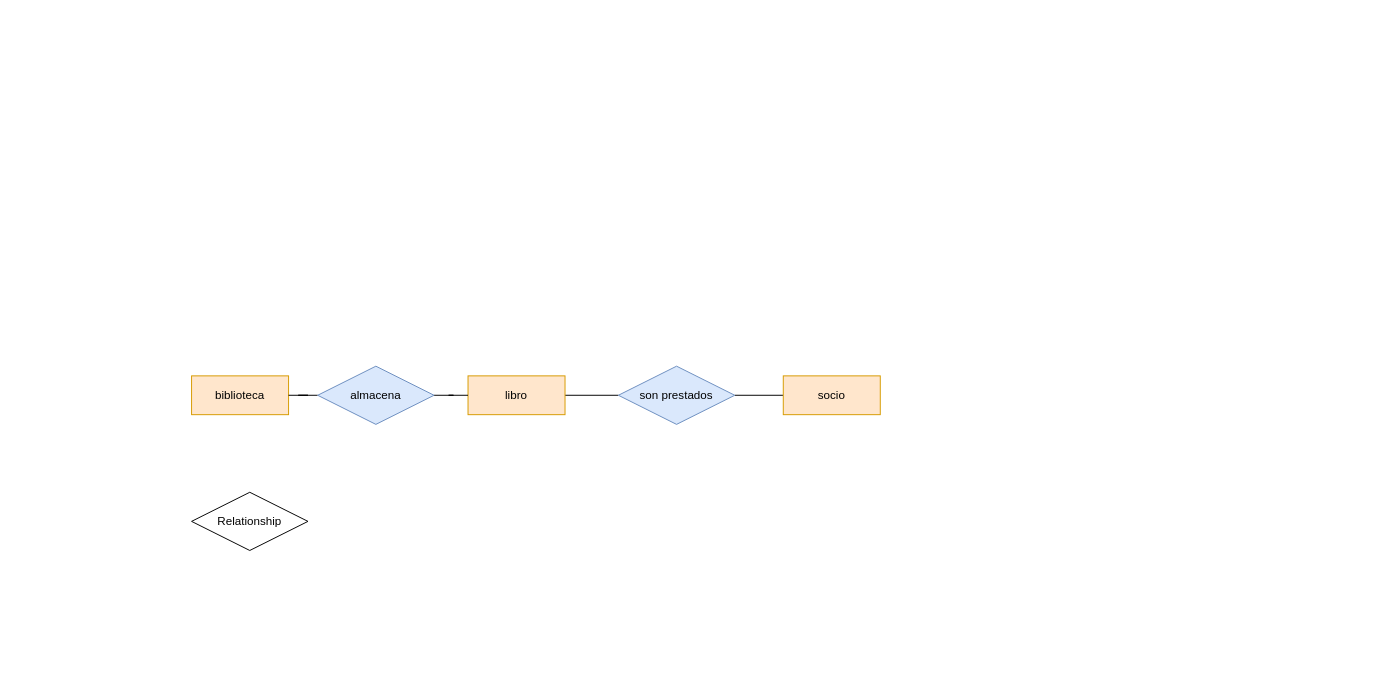
Before: Tarea7_BAE.drawio in GRMiguelAngel/Base-Datos, a draw.io diagram. Source tidied: cells renumbered, new cells numbered last; positions are measured from the earlier drawing's top-left corner, leaving out a move shared by most shapes. Both pictures are drawn from the tidied source at 97%, with x=0, y=0 at pixel (191, 366).
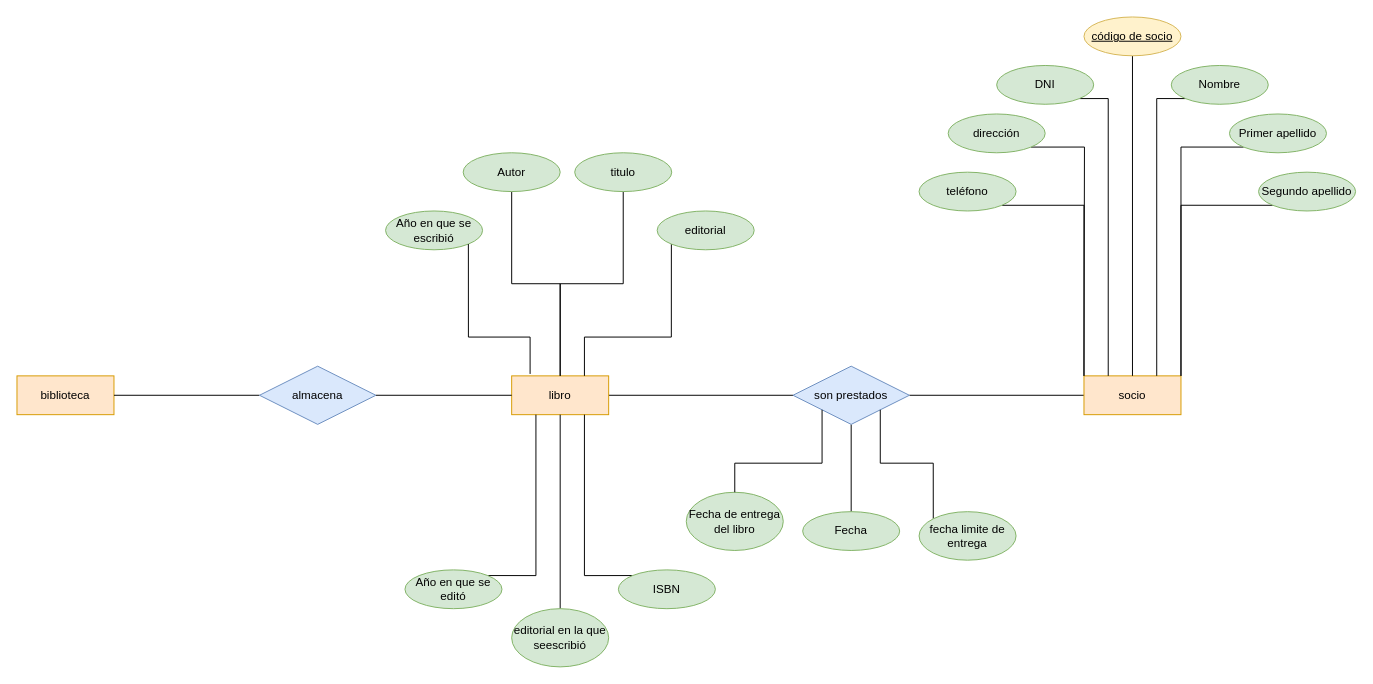
The same page after the edit.

What changed in the source:
```diff
@@
     <mxCell id="2" value="biblioteca" style="whiteSpace=wrap;html=1;align=center;fillColor=#ffe6cc;strokeColor=#d79b00;" parent="1" vertex="1">
-      <mxGeometry y="10" width="100" height="40" as="geometry" />
+      <mxGeometry x="-180" y="10" width="100" height="40" as="geometry" />
     </mxCell>
@@
     <mxCell id="4" value="libro" style="whiteSpace=wrap;html=1;align=center;fillColor=#ffe6cc;strokeColor=#d79b00;" parent="1" vertex="1">
-      <mxGeometry x="285" y="10" width="100" height="40" as="geometry" />
+      <mxGeometry x="330" y="10" width="100" height="40" as="geometry" />
     </mxCell>
@@
     <mxCell id="6" value="socio" style="whiteSpace=wrap;html=1;align=center;fillColor=#ffe6cc;strokeColor=#d79b00;" parent="1" vertex="1">
-      <mxGeometry x="610" y="10" width="100" height="40" as="geometry" />
+      <mxGeometry x="920" y="10" width="100" height="40" as="geometry" />
     </mxCell>
-    <mxCell id="7" value="Relationship" style="shape=rhombus;perimeter=rhombusPerimeter;whiteSpace=wrap;html=1;align=center;" parent="1" vertex="1">
-      <mxGeometry y="130" width="120" height="60" as="geometry" />
-    </mxCell>
@@
     <mxCell id="10" value="almacena" style="shape=rhombus;perimeter=rhombusPerimeter;whiteSpace=wrap;html=1;align=center;fillColor=#dae8fc;strokeColor=#6c8ebf;" parent="1" vertex="1">
-      <mxGeometry x="130" width="120" height="60" as="geometry" />
+      <mxGeometry x="70" width="120" height="60" as="geometry" />
     </mxCell>
+    <mxCell id="12" style="edgeStyle=orthogonalEdgeStyle;rounded=0;jettySize=auto;html=1;endArrow=none;endFill=0;" parent="1" edge="1" source="11" target="41">
+      <mxGeometry relative="1" as="geometry" />
+    </mxCell>
     <mxCell id="11" value="son prestados" style="shape=rhombus;perimeter=rhombusPerimeter;whiteSpace=wrap;html=1;align=center;fillColor=#dae8fc;strokeColor=#6c8ebf;" parent="1" vertex="1">
-      <mxGeometry x="440" width="120" height="60" as="geometry" />
+      <mxGeometry x="620" width="120" height="60" as="geometry" />
     </mxCell>
+    <mxCell id="13" style="edgeStyle=orthogonalEdgeStyle;rounded=0;jettySize=auto;html=1;entryX=0.5;entryY=0;entryDx=0;entryDy=0;endArrow=none;endFill=0;" parent="1" edge="1" source="14" target="6">
+      <mxGeometry relative="1" as="geometry" />
+    </mxCell>
+    <mxCell id="14" value="código de socio" style="ellipse;whiteSpace=wrap;html=1;align=center;fontStyle=4;fillColor=#fff2cc;strokeColor=#d6b656;" parent="1" vertex="1">
+      <mxGeometry x="920" y="-360" width="100" height="40" as="geometry" />
+    </mxCell>
+    <mxCell id="15" style="edgeStyle=orthogonalEdgeStyle;rounded=0;jettySize=auto;html=1;exitX=0;exitY=1;exitDx=0;exitDy=0;entryX=0.75;entryY=0;entryDx=0;entryDy=0;endArrow=none;endFill=0;" parent="1" edge="1" source="16" target="6">
+      <mxGeometry relative="1" as="geometry">
+        <Array as="points">
+          <mxPoint x="995" y="-276" />
+        </Array>
+      </mxGeometry>
+    </mxCell>
+    <mxCell id="16" value="Nombre" style="ellipse;whiteSpace=wrap;html=1;align=center;fillColor=#d5e8d4;strokeColor=#82b366;" parent="1" vertex="1">
+      <mxGeometry x="1010" y="-310" width="100" height="40" as="geometry" />
+    </mxCell>
+    <mxCell id="17" style="edgeStyle=orthogonalEdgeStyle;rounded=0;jettySize=auto;html=1;exitX=0;exitY=1;exitDx=0;exitDy=0;entryX=1;entryY=0;entryDx=0;entryDy=0;endArrow=none;endFill=0;" parent="1" edge="1" source="18" target="6">
+      <mxGeometry relative="1" as="geometry" />
+    </mxCell>
+    <mxCell id="18" value="Primer apellido" style="ellipse;whiteSpace=wrap;html=1;align=center;fillColor=#d5e8d4;strokeColor=#82b366;" parent="1" vertex="1">
+      <mxGeometry x="1070" y="-260" width="100" height="40" as="geometry" />
+    </mxCell>
+    <mxCell id="19" style="edgeStyle=orthogonalEdgeStyle;rounded=0;jettySize=auto;html=1;exitX=0;exitY=1;exitDx=0;exitDy=0;entryX=1;entryY=0;entryDx=0;entryDy=0;endArrow=none;endFill=0;" parent="1" edge="1" source="20" target="6">
+      <mxGeometry relative="1" as="geometry" />
+    </mxCell>
+    <mxCell id="20" value="Segundo apellido" style="ellipse;whiteSpace=wrap;html=1;align=center;fillColor=#d5e8d4;strokeColor=#82b366;" parent="1" vertex="1">
+      <mxGeometry x="1100" y="-200" width="100" height="40" as="geometry" />
+    </mxCell>
+    <mxCell id="21" style="edgeStyle=orthogonalEdgeStyle;rounded=0;jettySize=auto;html=1;exitX=1;exitY=1;exitDx=0;exitDy=0;endArrow=none;endFill=0;" parent="1" edge="1" source="22">
+      <mxGeometry relative="1" as="geometry">
+        <mxPoint x="920" y="10" as="targetPoint" />
+      </mxGeometry>
+    </mxCell>
+    <mxCell id="22" value="dirección" style="ellipse;whiteSpace=wrap;html=1;align=center;fillColor=#d5e8d4;strokeColor=#82b366;" parent="1" vertex="1">
+      <mxGeometry x="780" y="-260" width="100" height="40" as="geometry" />
+    </mxCell>
+    <mxCell id="23" style="edgeStyle=orthogonalEdgeStyle;rounded=0;jettySize=auto;html=1;exitX=1;exitY=1;exitDx=0;exitDy=0;entryX=0;entryY=0;entryDx=0;entryDy=0;endArrow=none;endFill=0;" parent="1" edge="1" source="24" target="6">
+      <mxGeometry relative="1" as="geometry" />
+    </mxCell>
+    <mxCell id="24" value="teléfono" style="ellipse;whiteSpace=wrap;html=1;align=center;fillColor=#d5e8d4;strokeColor=#82b366;" parent="1" vertex="1">
+      <mxGeometry x="750" y="-200" width="100" height="40" as="geometry" />
+    </mxCell>
+    <mxCell id="25" style="edgeStyle=orthogonalEdgeStyle;rounded=0;jettySize=auto;html=1;exitX=1;exitY=1;exitDx=0;exitDy=0;entryX=0.25;entryY=0;entryDx=0;entryDy=0;endArrow=none;endFill=0;" parent="1" edge="1" source="26" target="6">
+      <mxGeometry relative="1" as="geometry">
+        <Array as="points">
+          <mxPoint x="945" y="-276" />
+        </Array>
+      </mxGeometry>
+    </mxCell>
+    <mxCell id="26" value="DNI" style="ellipse;whiteSpace=wrap;html=1;align=center;fillColor=#d5e8d4;strokeColor=#82b366;" parent="1" vertex="1">
+      <mxGeometry x="830" y="-310" width="100" height="40" as="geometry" />
+    </mxCell>
+    <mxCell id="27" value="Año en que se escribió" style="ellipse;whiteSpace=wrap;html=1;align=center;fillColor=#d5e8d4;strokeColor=#82b366;" parent="1" vertex="1">
+      <mxGeometry x="200" y="-160" width="100" height="40" as="geometry" />
+    </mxCell>
+    <mxCell id="28" style="edgeStyle=orthogonalEdgeStyle;rounded=0;jettySize=auto;html=1;exitX=0.5;exitY=1;exitDx=0;exitDy=0;entryX=0.5;entryY=0;entryDx=0;entryDy=0;endArrow=none;endFill=0;" parent="1" edge="1" source="29" target="4">
+      <mxGeometry relative="1" as="geometry" />
+    </mxCell>
+    <mxCell id="29" value="titulo" style="ellipse;whiteSpace=wrap;html=1;align=center;fillColor=#d5e8d4;strokeColor=#82b366;" parent="1" vertex="1">
+      <mxGeometry x="395" y="-220" width="100" height="40" as="geometry" />
+    </mxCell>
+    <mxCell id="30" style="edgeStyle=orthogonalEdgeStyle;rounded=0;jettySize=auto;html=1;exitX=0;exitY=1;exitDx=0;exitDy=0;entryX=0.75;entryY=0;entryDx=0;entryDy=0;endArrow=none;endFill=0;" parent="1" edge="1" source="31" target="4">
+      <mxGeometry relative="1" as="geometry">
+        <Array as="points">
+          <mxPoint x="495" y="-30" />
+          <mxPoint x="405" y="-30" />
+        </Array>
+      </mxGeometry>
+    </mxCell>
+    <mxCell id="31" value="editorial" style="ellipse;whiteSpace=wrap;html=1;align=center;fillColor=#d5e8d4;strokeColor=#82b366;" parent="1" vertex="1">
+      <mxGeometry x="480" y="-160" width="100" height="40" as="geometry" />
+    </mxCell>
+    <mxCell id="32" style="edgeStyle=orthogonalEdgeStyle;rounded=0;jettySize=auto;html=1;exitX=0.5;exitY=1;exitDx=0;exitDy=0;endArrow=none;endFill=0;" parent="1" edge="1" source="33" target="4">
+      <mxGeometry relative="1" as="geometry" />
+    </mxCell>
+    <mxCell id="33" value="Autor" style="ellipse;whiteSpace=wrap;html=1;align=center;fillColor=#d5e8d4;strokeColor=#82b366;" parent="1" vertex="1">
+      <mxGeometry x="280" y="-220" width="100" height="40" as="geometry" />
+    </mxCell>
+    <mxCell id="34" style="edgeStyle=orthogonalEdgeStyle;rounded=0;jettySize=auto;html=1;exitX=0.5;exitY=0;exitDx=0;exitDy=0;endArrow=none;endFill=0;" parent="1" edge="1" source="35" target="4">
+      <mxGeometry relative="1" as="geometry" />
+    </mxCell>
+    <mxCell id="35" value="editorial en la que seescribió" style="ellipse;whiteSpace=wrap;html=1;align=center;fillColor=#d5e8d4;strokeColor=#82b366;" parent="1" vertex="1">
+      <mxGeometry x="330" y="250" width="100" height="60" as="geometry" />
+    </mxCell>
+    <mxCell id="36" style="edgeStyle=orthogonalEdgeStyle;rounded=0;jettySize=auto;html=1;exitX=1;exitY=0;exitDx=0;exitDy=0;entryX=0.25;entryY=1;entryDx=0;entryDy=0;endArrow=none;endFill=0;" parent="1" edge="1" source="37" target="4">
+      <mxGeometry relative="1" as="geometry" />
+    </mxCell>
+    <mxCell id="37" value="Año en que se editó" style="ellipse;whiteSpace=wrap;html=1;align=center;fillColor=#d5e8d4;strokeColor=#82b366;" parent="1" vertex="1">
+      <mxGeometry x="220" y="210" width="100" height="40" as="geometry" />
+    </mxCell>
+    <mxCell id="38" style="edgeStyle=orthogonalEdgeStyle;rounded=0;jettySize=auto;html=1;exitX=0;exitY=0;exitDx=0;exitDy=0;entryX=0.75;entryY=1;entryDx=0;entryDy=0;endArrow=none;endFill=0;" parent="1" edge="1" source="39" target="4">
+      <mxGeometry relative="1" as="geometry" />
+    </mxCell>
+    <mxCell id="39" value="ISBN" style="ellipse;whiteSpace=wrap;html=1;align=center;fillColor=#d5e8d4;strokeColor=#82b366;" parent="1" vertex="1">
+      <mxGeometry x="440" y="210" width="100" height="40" as="geometry" />
+    </mxCell>
+    <mxCell id="40" style="edgeStyle=orthogonalEdgeStyle;rounded=0;jettySize=auto;html=1;exitX=1;exitY=1;exitDx=0;exitDy=0;entryX=0.19;entryY=-0.05;entryDx=0;entryDy=0;entryPerimeter=0;endArrow=none;endFill=0;" parent="1" edge="1" source="27" target="4">
+      <mxGeometry relative="1" as="geometry">
+        <Array as="points">
+          <mxPoint x="285" y="-30" />
+          <mxPoint x="349" y="-30" />
+        </Array>
+      </mxGeometry>
+    </mxCell>
+    <mxCell id="41" value="Fecha" style="ellipse;whiteSpace=wrap;html=1;align=center;fillColor=#d5e8d4;strokeColor=#82b366;" parent="1" vertex="1">
+      <mxGeometry x="630" y="150" width="100" height="40" as="geometry" />
+    </mxCell>
+    <mxCell id="42" style="edgeStyle=orthogonalEdgeStyle;rounded=0;jettySize=auto;html=1;exitX=0;exitY=0;exitDx=0;exitDy=0;entryX=1;entryY=1;entryDx=0;entryDy=0;endArrow=none;endFill=0;" parent="1" edge="1" source="43" target="11">
+      <mxGeometry relative="1" as="geometry">
+        <Array as="points">
+          <mxPoint x="765" y="100" />
+          <mxPoint x="710" y="100" />
+        </Array>
+      </mxGeometry>
+    </mxCell>
+    <mxCell id="43" value="fecha limite de entrega" style="ellipse;whiteSpace=wrap;html=1;align=center;fillColor=#d5e8d4;strokeColor=#82b366;" parent="1" vertex="1">
+      <mxGeometry x="750" y="150" width="100" height="50" as="geometry" />
+    </mxCell>
+    <mxCell id="44" value="Fecha de entrega del libro" style="ellipse;whiteSpace=wrap;html=1;align=center;fillColor=#d5e8d4;strokeColor=#82b366;" parent="1" vertex="1">
+      <mxGeometry x="510" y="130" width="100" height="60" as="geometry" />
+    </mxCell>
+    <mxCell id="45" style="edgeStyle=orthogonalEdgeStyle;rounded=0;jettySize=auto;html=1;entryX=0;entryY=1;entryDx=0;entryDy=0;endArrow=none;endFill=0;" parent="1" edge="1" source="44" target="11">
+      <mxGeometry relative="1" as="geometry">
+        <Array as="points">
+          <mxPoint x="560" y="100" />
+          <mxPoint x="650" y="100" />
+        </Array>
+      </mxGeometry>
+    </mxCell>
```
